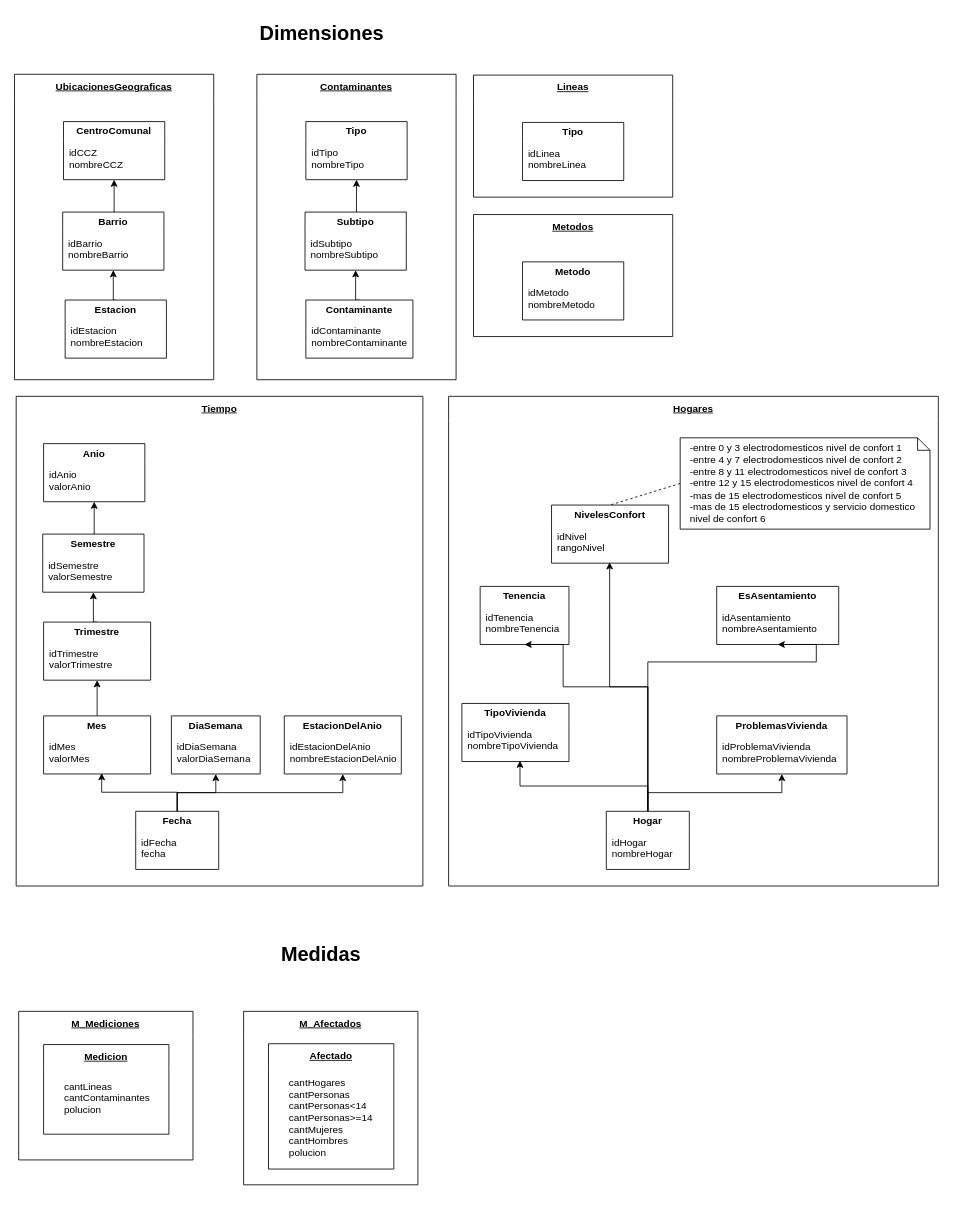
Earlier version of the draw.io diagram Req1 - Contaminacion de volumen de vehículos/2. Diseño Conceptual/Dimensiones y Medidas.drawio (gonzalomelov/dw-calidad-aire-docs). Source tidied: cells renumbered, new cells numbered last; positions are measured from the earlier drawing's top-left corner, leaving out a move shared by most shapes. Both pictures are drawn from the tidied source at 83%, with x=0, y=0 at pixel (14, 14).
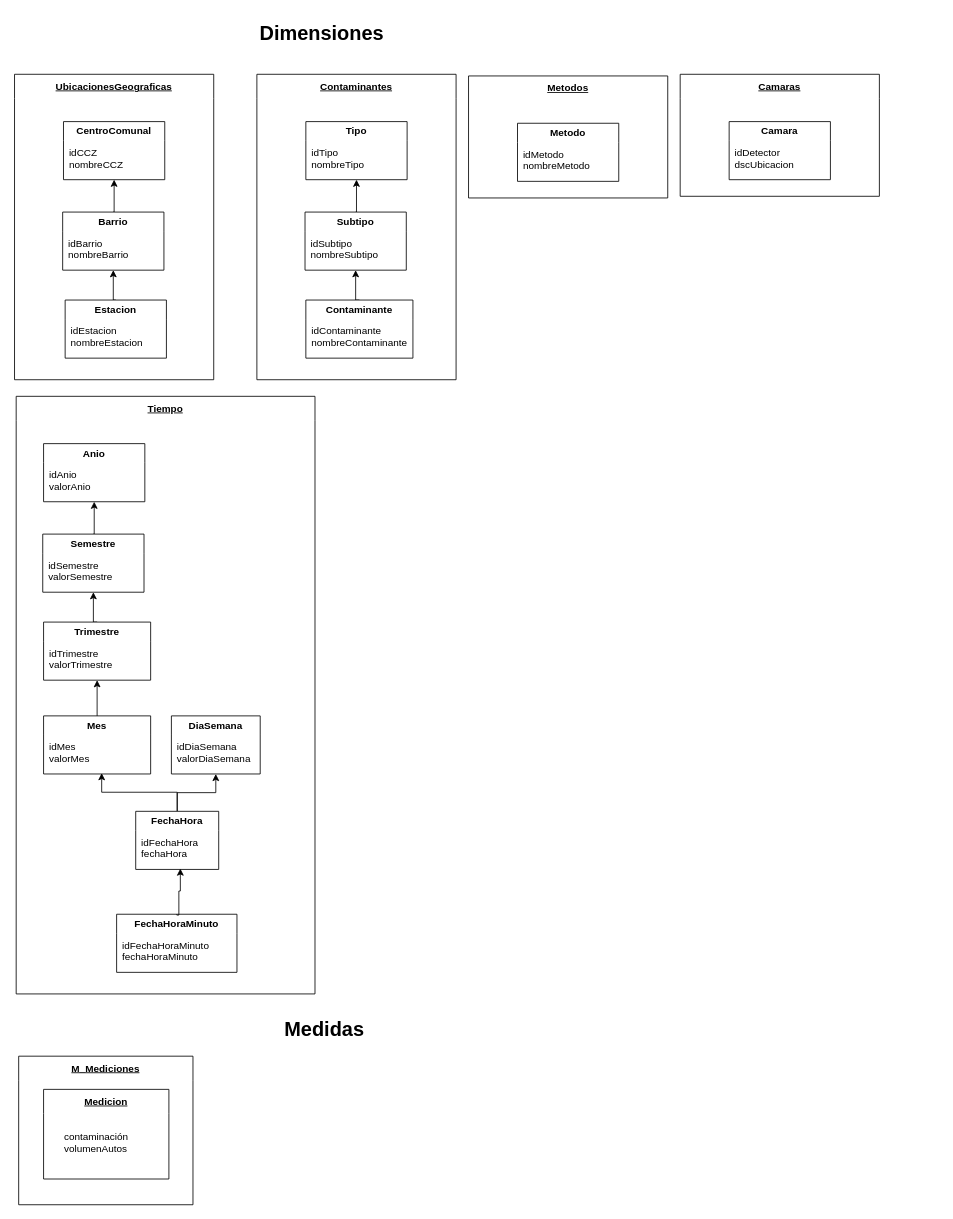
After the change.

Unchanged cells that the change refers to:
```xml
<mxCell id="14" value="Medicion" style="swimlane;swimlaneLine=0;whiteSpace=wrap;startSize=29;fontStyle=5;" parent="13" vertex="1">
  <mxGeometry x="30" y="40" width="151" height="108" as="geometry" />
</mxCell>
```

Diff of the diagram source:
```diff
@@
     <mxCell id="12" value="Medidas" style="text;align=center;verticalAlign=middle;fontFamily=Helvetica;fontSize=24;fontStyle=1;" parent="1" vertex="1">
-      <mxGeometry x="292" y="1110" width="155" height="40" as="geometry" />
+      <mxGeometry x="296" y="1200" width="155" height="40" as="geometry" />
     </mxCell>
     <mxCell id="13" value="M_Mediciones" style="swimlane;swimlaneLine=0;whiteSpace=wrap;startSize=29;fontStyle=5;" parent="1" vertex="1">
-      <mxGeometry x="5" y="1201" width="210" height="179" as="geometry" />
+      <mxGeometry x="5" y="1255" width="210" height="179" as="geometry" />
     </mxCell>
@@
-    <mxCell id="15" value="cantLineas&#10;cantContaminantes&#10;polucion" style="text;align=left;verticalAlign=middle;" parent="14" vertex="1">
+    <mxCell id="15" value="contaminación&#10;volumenAutos" style="text;align=left;verticalAlign=middle;" parent="14" vertex="1">
       <mxGeometry x="23" y="27.4" width="155" height="72.6" as="geometry" />
     </mxCell>
@@
-    <mxCell id="25" value="Lineas" style="swimlane;swimlaneLine=0;whiteSpace=wrap;startSize=29;fontStyle=5;align=center;" parent="1" vertex="1">
-      <mxGeometry x="553" y="73" width="240" height="147" as="geometry" />
+    <mxCell id="25" value="Camaras" style="swimlane;swimlaneLine=0;whiteSpace=wrap;startSize=29;fontStyle=5;align=center;" parent="1" vertex="1">
+      <mxGeometry x="802" y="72" width="240" height="147" as="geometry" />
     </mxCell>
-    <mxCell id="26" value="Tipo" style="swimlane;swimlaneLine=0;whiteSpace=wrap;" parent="25" vertex="1">
+    <mxCell id="26" value="Camara" style="swimlane;swimlaneLine=0;whiteSpace=wrap;" parent="25" vertex="1">
       <mxGeometry x="59" y="57" width="122" height="70" as="geometry" />
     </mxCell>
-    <mxCell id="27" value="idLinea&#10;nombreLinea" style="text;align=left;verticalAlign=middle;" parent="26" vertex="1">
+    <mxCell id="27" value="idDetector&#10;dscUbicacion" style="text;align=left;verticalAlign=middle;" parent="26" vertex="1">
       <mxGeometry x="5" y="19" width="130" height="50" as="geometry" />
     </mxCell>
     <mxCell id="28" value="Metodos" style="swimlane;swimlaneLine=0;whiteSpace=wrap;startSize=29;fontStyle=5;align=center;" parent="1" vertex="1">
-      <mxGeometry x="553" y="241" width="240" height="147" as="geometry" />
+      <mxGeometry x="547" y="74" width="240" height="147" as="geometry" />
     </mxCell>
@@
     <mxCell id="31" value="Tiempo" style="swimlane;swimlaneLine=0;whiteSpace=wrap;startSize=29;fontStyle=5;align=center;" parent="1" vertex="1">
-      <mxGeometry x="2" y="460" width="490" height="590" as="geometry" />
+      <mxGeometry x="2" y="460" width="360" height="720" as="geometry" />
     </mxCell>
@@
-    <mxCell id="45" value="EstacionDelAnio" style="swimlane;swimlaneLine=0;whiteSpace=wrap;" parent="31" vertex="1">
-      <mxGeometry x="323" y="385" width="141" height="70" as="geometry" />
-    </mxCell>
-    <mxCell id="46" value="idEstacionDelAnio&#10;nombreEstacionDelAnio" style="text;align=left;verticalAlign=middle;" parent="45" vertex="1">
-      <mxGeometry x="5" y="19" width="130" height="50" as="geometry" />
-    </mxCell>
+    <mxCell id="75" value="FechaHoraMinuto" style="swimlane;swimlaneLine=0;whiteSpace=wrap;" parent="31" vertex="1">
+      <mxGeometry x="121" y="624" width="145" height="70" as="geometry" />
+    </mxCell>
+    <mxCell id="76" value="idFechaHoraMinuto&#10;fechaHoraMinuto" style="text;align=left;verticalAlign=middle;" parent="75" vertex="1">
+      <mxGeometry x="5" y="19" width="65" height="50" as="geometry" />
+    </mxCell>
@@
-    <mxCell id="49" style="edgeStyle=orthogonalEdgeStyle;rounded=0;html=1;exitX=0.5;exitY=0;entryX=0.5;entryY=1;jettySize=auto;" parent="1" edge="1" source="50" target="45">
-      <mxGeometry relative="1" as="geometry" />
-    </mxCell>
-    <mxCell id="50" value="Fecha" style="swimlane;swimlaneLine=0;whiteSpace=wrap;" parent="1" vertex="1">
+    <mxCell id="50" value="FechaHora" style="swimlane;swimlaneLine=0;whiteSpace=wrap;" parent="1" vertex="1">
       <mxGeometry x="146" y="960" width="100" height="70" as="geometry" />
     </mxCell>
-    <mxCell id="51" value="idFecha&#10;fecha" style="text;align=left;verticalAlign=middle;" parent="50" vertex="1">
-      <mxGeometry x="5" y="19" width="130" height="50" as="geometry" />
+    <mxCell id="51" value="idFechaHora&#10;fechaHora" style="text;align=left;verticalAlign=middle;" parent="50" vertex="1">
+      <mxGeometry x="5" y="19" width="65" height="50" as="geometry" />
     </mxCell>
-    <mxCell id="52" value="Hogares" style="swimlane;swimlaneLine=0;whiteSpace=wrap;startSize=29;fontStyle=5;align=center;" parent="1" vertex="1">
-      <mxGeometry x="523" y="460" width="590" height="590" as="geometry" />
-    </mxCell>
-    <mxCell id="53" value="TipoVivienda" style="swimlane;swimlaneLine=0;whiteSpace=wrap;" parent="52" vertex="1">
-      <mxGeometry x="16" y="370" width="129" height="70" as="geometry" />
-    </mxCell>
-    <mxCell id="54" value="idTipoVivienda&#10;nombreTipoVivienda" style="text;align=left;verticalAlign=middle;" parent="53" vertex="1">
-      <mxGeometry x="5" y="19" width="130" height="50" as="geometry" />
-    </mxCell>
-    <mxCell id="55" value="ProblemasVivienda" style="swimlane;swimlaneLine=0;whiteSpace=wrap;" parent="52" vertex="1">
-      <mxGeometry x="323" y="385" width="157" height="70" as="geometry" />
-    </mxCell>
-    <mxCell id="56" value="idProblemaVivienda&#10;nombreProblemaVivienda" style="text;align=left;verticalAlign=middle;" parent="55" vertex="1">
-      <mxGeometry x="5" y="19" width="130" height="50" as="geometry" />
-    </mxCell>
-    <mxCell id="57" value="Tenencia" style="swimlane;swimlaneLine=0;whiteSpace=wrap;" parent="52" vertex="1">
-      <mxGeometry x="38" y="229" width="107" height="70" as="geometry" />
-    </mxCell>
-    <mxCell id="58" value="idTenencia&#10;nombreTenencia" style="text;align=left;verticalAlign=middle;" parent="57" vertex="1">
-      <mxGeometry x="5" y="19" width="130" height="50" as="geometry" />
-    </mxCell>
-    <mxCell id="59" value="NivelesConfort" style="swimlane;swimlaneLine=0;whiteSpace=wrap;" parent="52" vertex="1">
-      <mxGeometry x="124" y="131" width="141" height="70" as="geometry" />
-    </mxCell>
-    <mxCell id="60" value="idNivel&#10;rangoNivel" style="text;align=left;verticalAlign=middle;" parent="59" vertex="1">
-      <mxGeometry x="5" y="19" width="130" height="50" as="geometry" />
-    </mxCell>
-    <mxCell id="61" value="EsAsentamiento" style="swimlane;swimlaneLine=0;whiteSpace=wrap;" parent="52" vertex="1">
-      <mxGeometry x="323" y="229" width="147" height="70" as="geometry" />
-    </mxCell>
-    <mxCell id="62" value="idAsentamiento&#10;nombreAsentamiento" style="text;align=left;verticalAlign=middle;" parent="61" vertex="1">
-      <mxGeometry x="5" y="19" width="130" height="50" as="geometry" />
-    </mxCell>
-    <mxCell id="63" style="edgeStyle=none;endArrow=none;exitX=0;exitY=0.5;dashed=1;html=1;entryX=0.5;entryY=0;" parent="52" edge="1" source="64" target="59">
-      <mxGeometry x="1" relative="1" as="geometry" />
-    </mxCell>
-    <mxCell id="64" value="&lt;div&gt;-entre 0 y 3 electrodomesticos nivel de confort 1&lt;/div&gt;&lt;div&gt;-entre 4 y 7 electrodomesticos nivel de confort 2&lt;/div&gt;&lt;div&gt;-entre 8 y 11 electrodomesticos nivel de confort 3&lt;/div&gt;&lt;div&gt;-entre 12 y 15 electrodomesticos nivel de confort 4&lt;/div&gt;&lt;div&gt;-mas de 15 electrodomesticos nivel de confort 5&lt;/div&gt;&lt;div&gt;-mas de 15 electrodomesticos y servicio domestico nivel de confort 6&lt;/div&gt;" style="shape=note;size=15;align=left;spacingLeft=10;html=1;whiteSpace=wrap;" parent="52" vertex="1">
-      <mxGeometry x="279" y="50" width="301" height="110" as="geometry" />
-    </mxCell>
-    <mxCell id="65" style="edgeStyle=orthogonalEdgeStyle;rounded=0;html=1;exitX=0.5;exitY=0;entryX=0.5;entryY=1;jettySize=auto;" parent="1" edge="1" source="70" target="54">
-      <mxGeometry relative="1" as="geometry" />
-    </mxCell>
-    <mxCell id="66" style="edgeStyle=orthogonalEdgeStyle;rounded=0;html=1;exitX=0.5;exitY=0;entryX=0.5;entryY=1;jettySize=auto;" parent="1" edge="1" source="70" target="57">
-      <mxGeometry relative="1" as="geometry">
-        <Array as="points">
-          <mxPoint x="763" y="810" />
-          <mxPoint x="661" y="810" />
-        </Array>
-      </mxGeometry>
-    </mxCell>
-    <mxCell id="67" style="edgeStyle=orthogonalEdgeStyle;rounded=0;html=1;exitX=0.5;exitY=0;entryX=0.5;entryY=1;jettySize=auto;" parent="1" edge="1" source="70" target="55">
-      <mxGeometry relative="1" as="geometry" />
-    </mxCell>
-    <mxCell id="68" style="edgeStyle=orthogonalEdgeStyle;rounded=0;html=1;exitX=0.5;exitY=0;entryX=0.5;entryY=1;jettySize=auto;" parent="1" edge="1" source="70" target="61">
-      <mxGeometry relative="1" as="geometry">
-        <Array as="points">
-          <mxPoint x="763" y="780" />
-          <mxPoint x="966" y="780" />
-        </Array>
-      </mxGeometry>
-    </mxCell>
-    <mxCell id="69" style="edgeStyle=orthogonalEdgeStyle;rounded=0;html=1;exitX=0.5;exitY=0;entryX=0.5;entryY=1;jettySize=auto;" parent="1" edge="1" source="70" target="60">
-      <mxGeometry relative="1" as="geometry" />
-    </mxCell>
-    <mxCell id="70" value="Hogar" style="swimlane;swimlaneLine=0;whiteSpace=wrap;" parent="1" vertex="1">
-      <mxGeometry x="713" y="960" width="100" height="70" as="geometry" />
-    </mxCell>
-    <mxCell id="71" value="idHogar&#10;nombreHogar" style="text;align=left;verticalAlign=middle;" parent="70" vertex="1">
-      <mxGeometry x="5" y="19" width="130" height="50" as="geometry" />
-    </mxCell>
-    <mxCell id="72" value="M_Afectados" style="swimlane;swimlaneLine=0;whiteSpace=wrap;startSize=29;fontStyle=5;" parent="1" vertex="1">
-      <mxGeometry x="276" y="1201" width="210" height="209" as="geometry" />
-    </mxCell>
-    <mxCell id="73" value="Afectado" style="swimlane;swimlaneLine=0;whiteSpace=wrap;startSize=29;fontStyle=5;" parent="72" vertex="1">
-      <mxGeometry x="30" y="39" width="151" height="151" as="geometry" />
-    </mxCell>
-    <mxCell id="74" value="cantHogares&#10;cantPersonas&#10;cantPersonas&lt;14&#10;cantPersonas&gt;=14&#10;cantMujeres&#10;cantHombres&#10;polucion" style="text;align=left;verticalAlign=middle;" parent="73" vertex="1">
-      <mxGeometry x="23" y="35" width="117" height="107" as="geometry" />
-    </mxCell>
+    <mxCell id="77" style="edgeStyle=orthogonalEdgeStyle;rounded=0;html=1;exitX=0.5;exitY=0;entryX=0.75;entryY=1;jettySize=auto;" parent="1" edge="1" source="75" target="51">
+      <mxGeometry relative="1" as="geometry">
+        <Array as="points">
+          <mxPoint x="198" y="1085" />
+          <mxPoint x="198" y="1056" />
+          <mxPoint x="199" y="1056" />
+        </Array>
+      </mxGeometry>
+    </mxCell>
```
